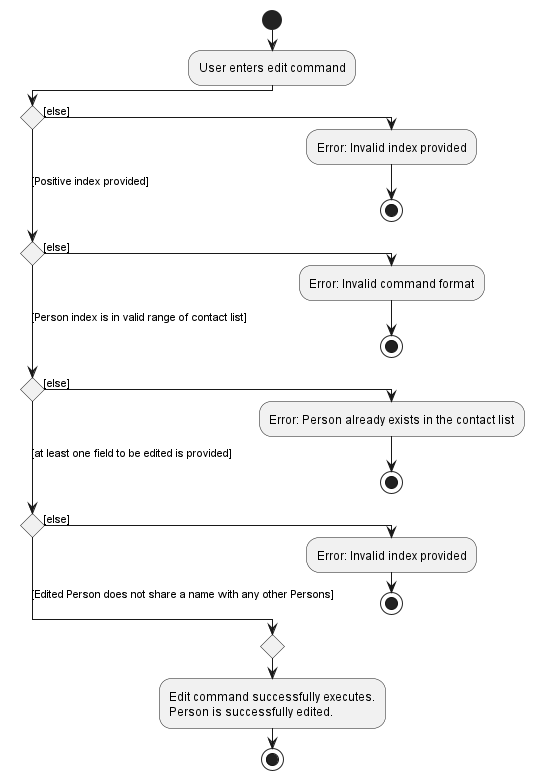
Before: docs/images/EditCommandActivityDiagram.png, a diagram exported from PlantUML (nus-cs2103-AY2223S2/tp). Its diagram source:
```plantuml
@startuml
!pragma useVerticalIf on
start
:User enters edit command;
if () then ([else])
  :Error: Invalid index provided;
  stop
([Positive index provided]) elseif () then ([else])
  :Error: Invalid command format;
  stop
([Person index is in valid range of contact list])elseif () then ([else])
  :Error: Person already exists in the contact list;
   stop
([at least one field to be edited is provided]) elseif () then ([else])
  :Error: Invalid index provided;
  stop
 else ([Edited Person does not share a name with any other Persons])
endif
  :Edit command successfully executes.
Person is successfully edited.;
stop

@enduml
```
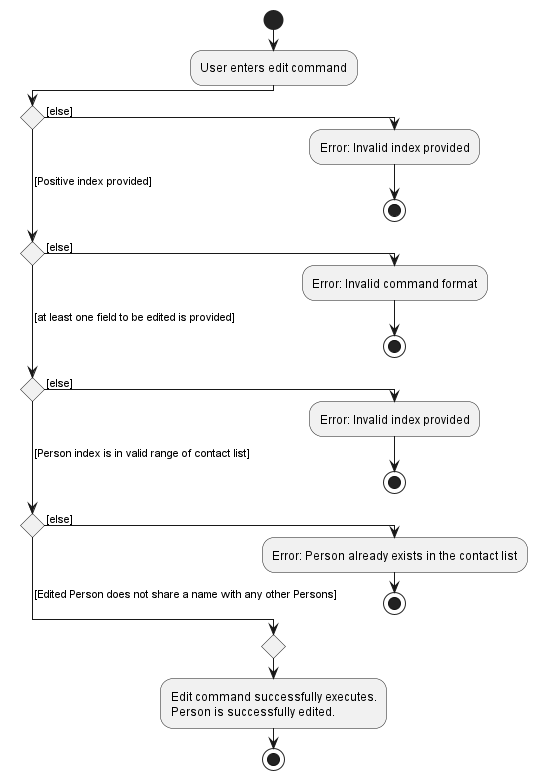
Later version of the same file.

What changed in the source:
```diff
@@ -2,19 +2,19 @@
 !pragma useVerticalIf on
 start
 :User enters edit command;
-if () then ([else])
+if () then ( [else])
   :Error: Invalid index provided;
   stop
-([Positive index provided]) elseif () then ([else])
+( [Positive index provided]) elseif () then ( [else])
   :Error: Invalid command format;
   stop
-([Person index is in valid range of contact list])elseif () then ([else])
+( [at least one field to be edited is provided]) elseif () then ( [else])
+  :Error: Invalid index provided;
+  stop
+( [Person index is in valid range of contact list])elseif () then ( [else])
   :Error: Person already exists in the contact list;
    stop
-([at least one field to be edited is provided]) elseif () then ([else])
-  :Error: Invalid index provided;
-  stop
- else ([Edited Person does not share a name with any other Persons])
+ else ( [Edited Person does not share a name with any other Persons])
 endif
   :Edit command successfully executes.
 Person is successfully edited.;
```
